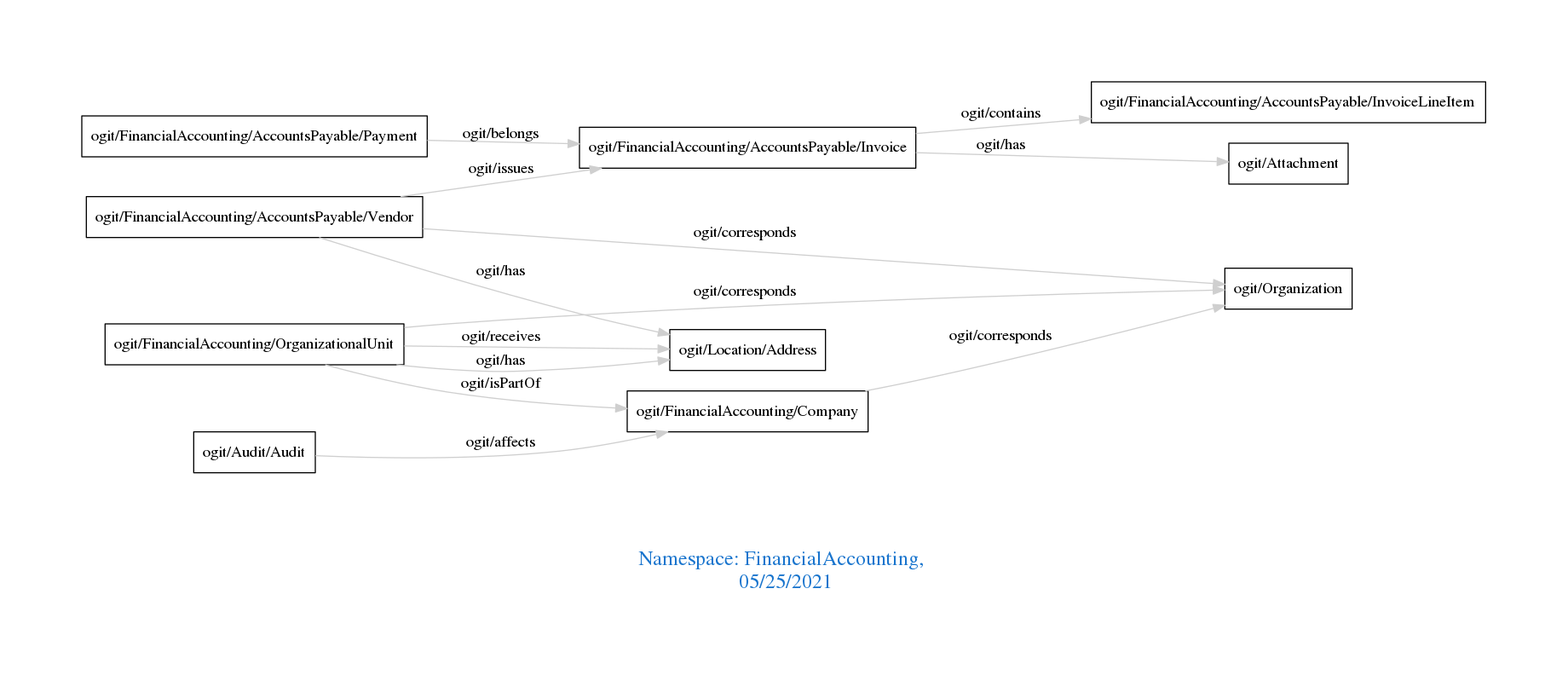
Before: downloads/FinancialAccounting.png, a diagram exported from Graphviz (arago/OGIT). Its source is kept beside it as downloads/FinancialAccounting.dot. Source of this version:
```dot
digraph OGIT_ontology {
 graph [ rankdir= LR,pad=1
fontsize = 18,
fontcolor= dodgerblue3,label = "\n\n\nNamespace: FinancialAccounting, \n 05/25/2021"];
node[shape=polygon];
edge [  color="gray81"];

   "ogit/FinancialAccounting/AccountsPayable/Invoice" -> "ogit/FinancialAccounting/AccountsPayable/InvoiceLineItem" [label="   ogit/contains    "];
   "ogit/FinancialAccounting/AccountsPayable/Vendor" -> "ogit/Organization" [label="   ogit/corresponds    "];
   "ogit/FinancialAccounting/Company" -> "ogit/Organization" [label="   ogit/corresponds    "];
   "ogit/FinancialAccounting/OrganizationalUnit" -> "ogit/Organization" [label="   ogit/corresponds    "];
   "ogit/FinancialAccounting/AccountsPayable/Vendor" -> "ogit/FinancialAccounting/AccountsPayable/Invoice" [label="   ogit/issues    "];
   "ogit/Audit/Audit" -> "ogit/FinancialAccounting/Company" [label="   ogit/affects    "];
   "ogit/FinancialAccounting/AccountsPayable/Payment" -> "ogit/FinancialAccounting/AccountsPayable/Invoice" [label="   ogit/belongs    "];
   "ogit/FinancialAccounting/OrganizationalUnit" -> "ogit/Location/Address" [label="   ogit/receives    "];
   "ogit/FinancialAccounting/AccountsPayable/Invoice" -> "ogit/Attachment" [label="   ogit/has    "];
   "ogit/FinancialAccounting/AccountsPayable/Vendor" -> "ogit/Location/Address" [label="   ogit/has    "];
   "ogit/FinancialAccounting/OrganizationalUnit" -> "ogit/Location/Address" [label="   ogit/has    "];
   "ogit/FinancialAccounting/OrganizationalUnit" -> "ogit/FinancialAccounting/Company" [label="   ogit/isPartOf    "];
}
```
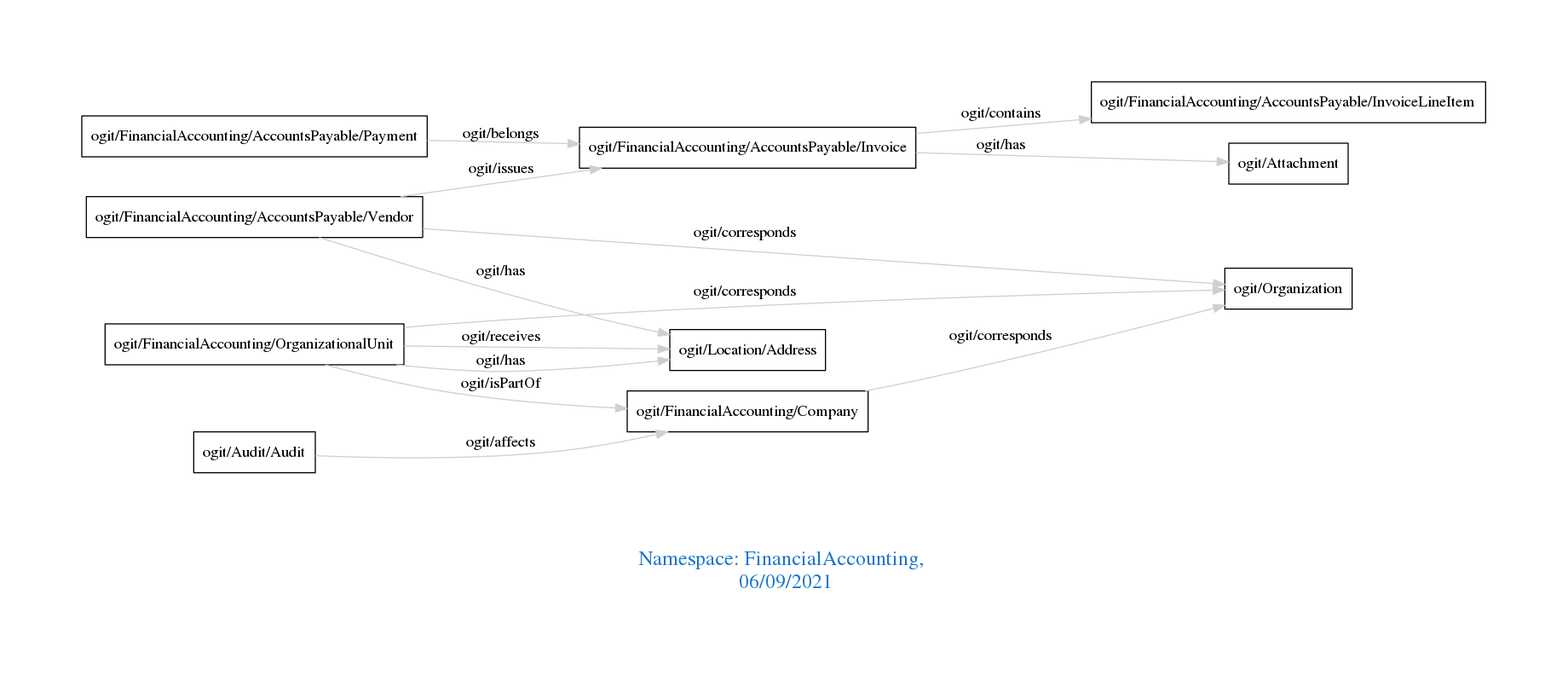
Above is the later version.

Change to the diagram source:
```diff
@@ -1,7 +1,7 @@
 digraph OGIT_ontology {
  graph [ rankdir= LR,pad=1
 fontsize = 18,
-fontcolor= dodgerblue3,label = "\n\n\nNamespace: FinancialAccounting, \n 05/25/2021"];
+fontcolor= dodgerblue3,label = "\n\n\nNamespace: FinancialAccounting, \n 06/09/2021"];
 node[shape=polygon];
 edge [  color="gray81"];
 
```
